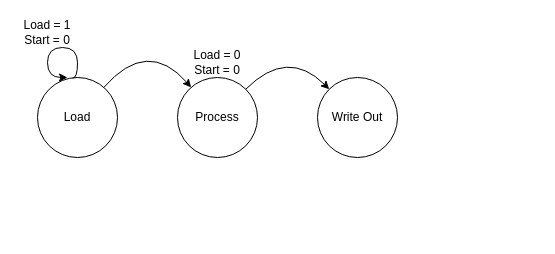
Above: rgb-to-greyscale/state_transition.drawio in DavidAGN05/processor (draw.io), before the change. Source tidied: cells renumbered, new cells numbered last; positions are measured from the earlier drawing's top-left corner, leaving out a move shared by most shapes. Both pictures are drawn from the tidied source at 100%, with x=0, y=0 at pixel (17, 17).
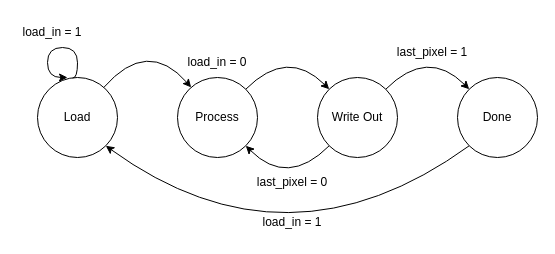
After the change.

The change refers to these unchanged cells:
```xml
<mxCell id="3" value="Load" style="ellipse;whiteSpace=wrap;html=1;" parent="1" vertex="1">
  <mxGeometry x="20" y="60" width="80" height="80" as="geometry" />
</mxCell>
<mxCell id="5" value="Process" style="ellipse;whiteSpace=wrap;html=1;" parent="1" vertex="1">
  <mxGeometry x="160" y="60" width="80" height="80" as="geometry" />
</mxCell>
<mxCell id="6" value="Write Out" style="ellipse;whiteSpace=wrap;html=1;" parent="1" vertex="1">
  <mxGeometry x="300" y="60" width="80" height="80" as="geometry" />
</mxCell>
```

Change to the diagram source:
```diff
@@
+    <mxCell id="10" style="edgeStyle=none;html=1;rounded=0;curved=1;curveGeometry=1;" parent="1" edge="1" source="6" target="13">
+      <mxGeometry relative="1" as="geometry">
+        <Array as="points">
+          <mxPoint x="410" y="30" />
+        </Array>
+      </mxGeometry>
+    </mxCell>
+    <mxCell id="11" style="edgeStyle=none;html=1;exitX=0;exitY=1;exitDx=0;exitDy=0;entryX=1;entryY=1;entryDx=0;entryDy=0;rounded=0;curved=1;curveGeometry=1;" parent="1" edge="1" source="6" target="5">
+      <mxGeometry relative="1" as="geometry">
+        <Array as="points">
+          <mxPoint x="270" y="170" />
+        </Array>
+      </mxGeometry>
+    </mxCell>
@@
-    <mxCell id="8" value="Load = 1&lt;div&gt;Start = 0&lt;/div&gt;" style="text;html=1;whiteSpace=wrap;strokeColor=none;fillColor=none;align=center;verticalAlign=middle;rounded=0;" parent="1" vertex="1">
-      <mxGeometry width="60" height="30" as="geometry" />
+    <mxCell id="8" value="load_in = 1" style="text;html=1;whiteSpace=wrap;strokeColor=none;fillColor=none;align=center;verticalAlign=middle;rounded=0;" parent="1" vertex="1">
+      <mxGeometry width="70" height="30" as="geometry" />
     </mxCell>
-    <mxCell id="9" value="Load = 0&lt;div&gt;Start = 0&lt;/div&gt;" style="text;html=1;whiteSpace=wrap;strokeColor=none;fillColor=none;align=center;verticalAlign=middle;rounded=0;" parent="1" vertex="1">
-      <mxGeometry x="170" y="30" width="60" height="30" as="geometry" />
+    <mxCell id="9" value="load_in = 0" style="text;html=1;whiteSpace=wrap;strokeColor=none;fillColor=none;align=center;verticalAlign=middle;rounded=0;" parent="1" vertex="1">
+      <mxGeometry x="165" y="30" width="70" height="30" as="geometry" />
     </mxCell>
+    <mxCell id="12" style="edgeStyle=none;html=1;exitX=0;exitY=1;exitDx=0;exitDy=0;entryX=1;entryY=1;entryDx=0;entryDy=0;rounded=0;curved=1;curveGeometry=1;" parent="1" edge="1" source="13" target="3">
+      <mxGeometry relative="1" as="geometry">
+        <Array as="points">
+          <mxPoint x="270" y="260" />
+        </Array>
+      </mxGeometry>
+    </mxCell>
+    <mxCell id="13" value="Done" style="ellipse;whiteSpace=wrap;html=1;" parent="1" vertex="1">
+      <mxGeometry x="440" y="60" width="80" height="80" as="geometry" />
+    </mxCell>
+    <mxCell id="14" value="last_pixel = 1" style="text;html=1;whiteSpace=wrap;strokeColor=none;fillColor=none;align=center;verticalAlign=middle;rounded=0;" parent="1" vertex="1">
+      <mxGeometry x="370" y="20" width="90" height="30" as="geometry" />
+    </mxCell>
+    <mxCell id="15" value="last_pixel = 0" style="text;html=1;whiteSpace=wrap;strokeColor=none;fillColor=none;align=center;verticalAlign=middle;rounded=0;" parent="1" vertex="1">
+      <mxGeometry x="235" y="150" width="80" height="30" as="geometry" />
+    </mxCell>
+    <mxCell id="16" value="load_in = 1" style="text;html=1;whiteSpace=wrap;strokeColor=none;fillColor=none;align=center;verticalAlign=middle;rounded=0;" parent="1" vertex="1">
+      <mxGeometry x="240" y="190" width="70" height="30" as="geometry" />
+    </mxCell>
```
